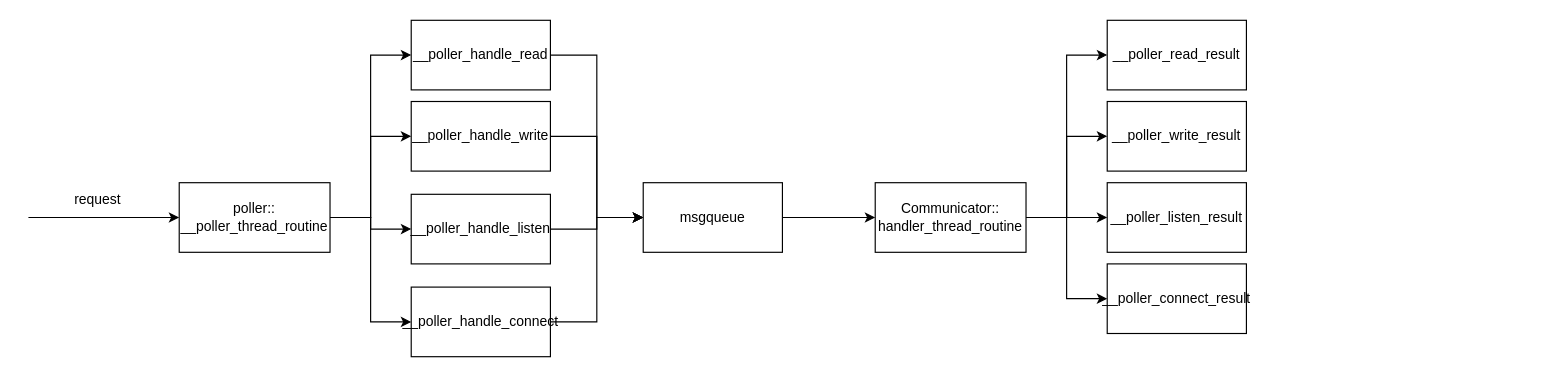
doudou215/regret_q_learning keeps this draw.io diagram as page "Page-3" (3 of 3) of Untitled Diagram.drawio. Above is the earlier version. Source tidied: cells renumbered, new cells numbered last; positions are measured from the earlier drawing's top-left corner, leaving out a move shared by most shapes. Both pictures are drawn from the tidied source at 116%, with x=0, y=0 at pixel (28, 20).
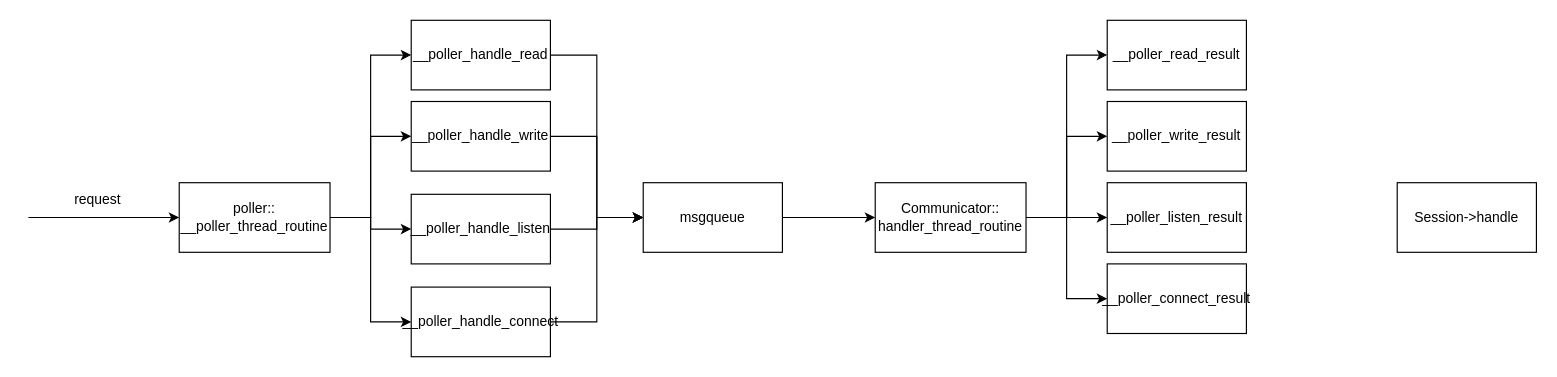
The same diagram, later.

Diff of the diagram source:
```diff
@@
+    <mxCell id="28" value="Session-&amp;gt;handle" style="rounded=0;whiteSpace=wrap;html=1;" parent="1" vertex="1">
+      <mxGeometry x="1180" y="140" width="120" height="60" as="geometry" />
+    </mxCell>
```
